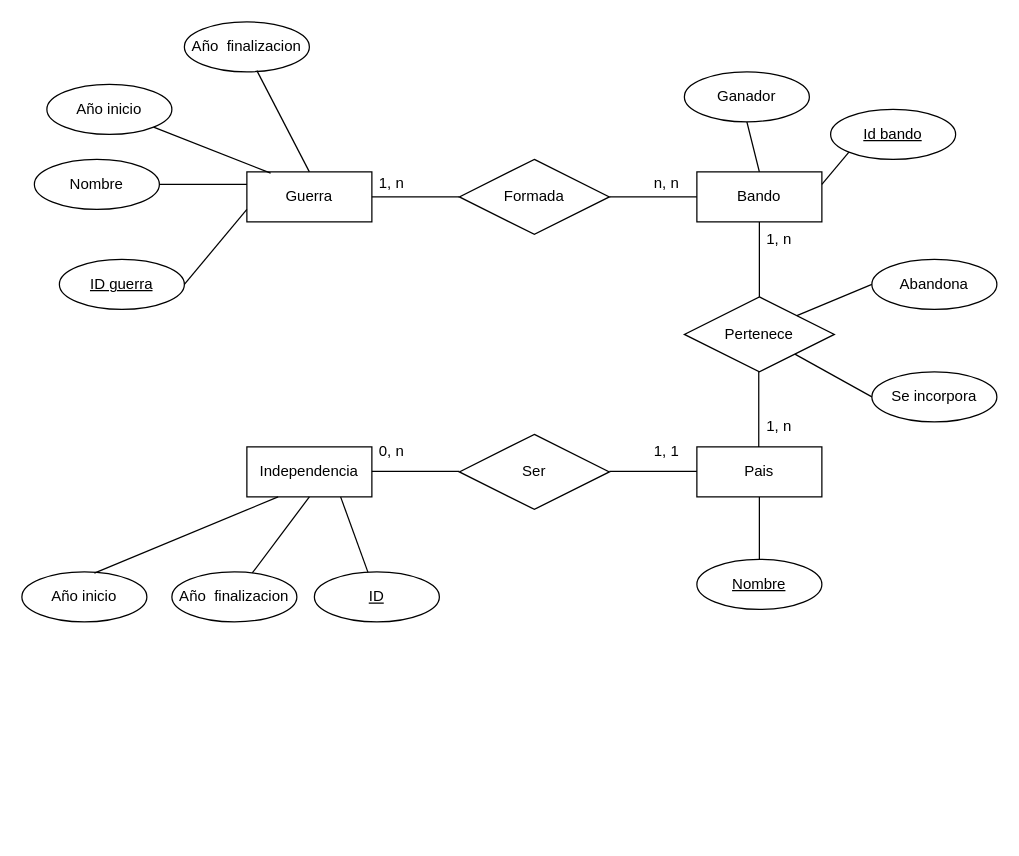
Earlier version of the draw.io diagram Actividad_04_C3_UD12.drawio (jordimall/jmg-tsys-ta12diagramasER-drawio-111023). Source tidied: cells renumbered, new cells numbered last; positions are measured from the earlier drawing's top-left corner, leaving out a move shared by most shapes. Both pictures are drawn from the tidied source at 125%, with x=0, y=0 at pixel (21, 21).
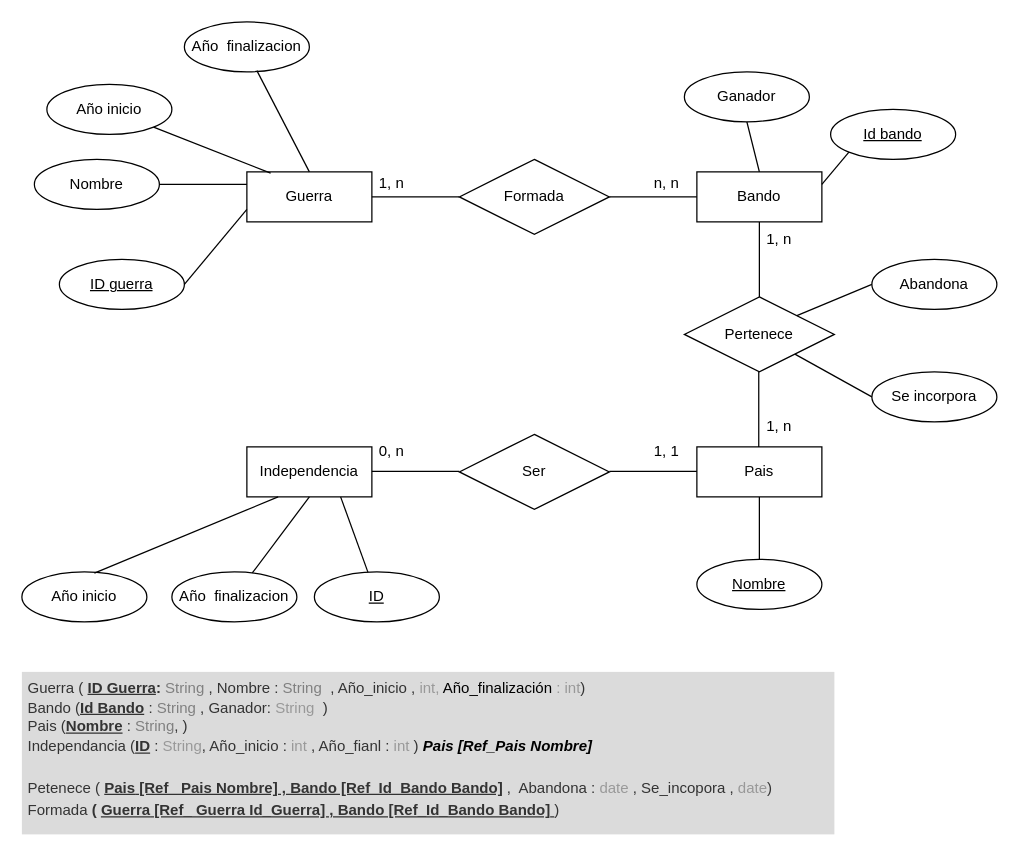
Above is the later version.

Change to the diagram source:
```diff
@@
+    <mxCell id="45" value="&lt;h1 style=&quot;line-height: 150%;&quot;&gt;&lt;div style=&quot;border-color: var(--border-color); font-size: 12px; line-height: 130%;&quot;&gt;&lt;font style=&quot;border-color: var(--border-color);&quot;&gt;&lt;span style=&quot;border-color: var(--border-color);&quot;&gt;&lt;span style=&quot;border-color: var(--border-color); font-weight: 400;&quot;&gt;Guerra&lt;/span&gt;&lt;span style=&quot;border-color: var(--border-color);&quot;&gt;&lt;span style=&quot;font-weight: 400;&quot;&gt; ( &lt;/span&gt;&lt;u style=&quot;&quot;&gt;ID Guerra&lt;/u&gt;&lt;/span&gt;&lt;span style=&quot;border-color: var(--border-color);&quot;&gt;:&lt;/span&gt;&lt;font style=&quot;font-weight: 400; border-color: var(--border-color);&quot; color=&quot;#808080&quot;&gt;&amp;nbsp;String&lt;/font&gt;&lt;span style=&quot;font-weight: 400;&quot;&gt;&amp;nbsp;, Nombre : &lt;font color=&quot;#808080&quot;&gt;String&lt;/font&gt;&lt;/span&gt;&lt;span style=&quot;font-weight: 400;&quot;&gt;&amp;nbsp; , Año_inicio ,&lt;/span&gt;&lt;font style=&quot;font-weight: 400;&quot; color=&quot;#999999&quot;&gt; int, &lt;/font&gt;&lt;font color=&quot;#000000&quot; style=&quot;font-weight: 400;&quot;&gt;Año_finalización&lt;/font&gt;&lt;font style=&quot;font-weight: 400;&quot; color=&quot;#999999&quot;&gt; : int&lt;/font&gt;&lt;span style=&quot;font-weight: 400;&quot;&gt;)&lt;/span&gt;&lt;br&gt;&lt;/span&gt;&lt;/font&gt;&lt;/div&gt;&lt;div style=&quot;border-color: var(--border-color); font-size: 12px; line-height: 130%;&quot;&gt;&lt;font style=&quot;border-color: var(--border-color);&quot;&gt;&lt;span style=&quot;border-color: var(--border-color);&quot;&gt;&lt;span style=&quot;border-color: var(--border-color);&quot;&gt;&lt;span style=&quot;font-weight: 400;&quot;&gt;Bando (&lt;/span&gt;&lt;u&gt;Id Bando&lt;/u&gt;&lt;/span&gt;&lt;span style=&quot;font-weight: 400; border-color: var(--border-color);&quot;&gt;&amp;nbsp;&lt;/span&gt;&lt;span style=&quot;font-weight: 400; border-color: var(--border-color);&quot;&gt;:&amp;nbsp;&lt;/span&gt;&lt;font style=&quot;font-weight: 400; border-color: var(--border-color);&quot; color=&quot;#808080&quot;&gt;String&lt;/font&gt;&lt;span style=&quot;font-weight: 400; border-color: var(--border-color);&quot;&gt;&amp;nbsp;, Ganador: &lt;font color=&quot;#999999&quot;&gt;String&lt;/font&gt;&amp;nbsp; &lt;/span&gt;&lt;span style=&quot;border-color: var(--border-color);&quot;&gt;&lt;span style=&quot;font-weight: 400;&quot;&gt;)&amp;nbsp;&lt;/span&gt;&lt;/span&gt;&lt;/span&gt;&lt;/font&gt;&lt;/div&gt;&lt;div style=&quot;border-color: var(--border-color); font-size: 12px; line-height: 130%;&quot;&gt;&lt;font style=&quot;border-color: var(--border-color);&quot;&gt;&lt;span style=&quot;border-color: var(--border-color);&quot;&gt;&lt;span style=&quot;font-weight: 400;&quot;&gt;Pais (&lt;/span&gt;&lt;u&gt;Nombre&lt;/u&gt;&lt;/span&gt;&lt;span style=&quot;font-weight: 400;&quot;&gt;&amp;nbsp;:&amp;nbsp;&lt;/span&gt;&lt;font style=&quot;font-weight: 400; border-color: var(--border-color);&quot; color=&quot;#808080&quot;&gt;String&lt;/font&gt;&lt;b style=&quot;font-weight: 400; border-color: var(--border-color);&quot;&gt;,&lt;/b&gt;&lt;span style=&quot;font-weight: 400;&quot;&gt;&amp;nbsp;&lt;/span&gt;&lt;span style=&quot;font-weight: 400;&quot;&gt;)&amp;nbsp;&lt;/span&gt;&lt;/font&gt;&lt;/div&gt;&lt;div style=&quot;border-color: var(--border-color); font-size: 12px; line-height: 130%;&quot;&gt;&lt;span style=&quot;background-color: initial; font-weight: 400; border-color: var(--border-color);&quot;&gt;Independancia (&lt;/span&gt;&lt;span style=&quot;background-color: initial; border-color: var(--border-color);&quot;&gt;&lt;u&gt;ID&lt;/u&gt;&lt;/span&gt;&lt;span style=&quot;background-color: initial; font-weight: 400; border-color: var(--border-color);&quot;&gt; :&lt;font color=&quot;#999999&quot;&gt; String&lt;/font&gt;, Año_inicio :&lt;font color=&quot;#999999&quot;&gt; int &lt;/font&gt;, Año_fianl :&lt;font color=&quot;#999999&quot;&gt; int &lt;/font&gt;&lt;/span&gt;&lt;span style=&quot;background-color: initial;&quot;&gt;&lt;span style=&quot;font-weight: 400;&quot;&gt;)&lt;/span&gt;&lt;i style=&quot;&quot;&gt; &lt;font style=&quot;&quot; color=&quot;#000000&quot;&gt;Pais [Ref_Pais Nombre]&amp;nbsp;&lt;/font&gt;&lt;/i&gt;&lt;/span&gt;&lt;br&gt;&lt;/div&gt;&lt;div style=&quot;border-color: var(--border-color); font-size: 12px; line-height: 130%;&quot;&gt;&lt;span style=&quot;background-color: initial; font-weight: 400;&quot;&gt;&lt;br&gt;&lt;/span&gt;&lt;/div&gt;&lt;div style=&quot;border-color: var(--border-color); font-weight: 400; font-size: 12px; line-height: 150%;&quot;&gt;&lt;/div&gt;&lt;i style=&quot;border-color: var(--border-color); font-size: 12px;&quot;&gt;&lt;div style=&quot;border-color: var(--border-color); font-style: normal; line-height: 150%;&quot;&gt;&lt;font style=&quot;border-color: var(--border-color);&quot;&gt;&lt;span style=&quot;border-color: var(--border-color); font-weight: 400;&quot;&gt;Petenece&lt;/span&gt;&lt;b style=&quot;font-weight: 400; border-color: var(--border-color);&quot;&gt;&amp;nbsp;(&lt;/b&gt;&lt;b style=&quot;font-weight: 400; border-color: var(--border-color);&quot;&gt;&amp;nbsp;&lt;/b&gt;&lt;b style=&quot;border-color: var(--border-color);&quot;&gt;&lt;u&gt;Pais&lt;/u&gt;&lt;/b&gt;&lt;/font&gt;&lt;i style=&quot;font-weight: 400; background-color: initial; border-color: var(--border-color);&quot;&gt;&lt;b style=&quot;border-color: var(--border-color); font-style: normal;&quot;&gt;&lt;u&gt;&amp;nbsp;[Ref_ Pais Nombre] , Bando [Ref_Id_Bando Bando]&lt;/u&gt;&lt;/b&gt;&lt;/i&gt;&lt;span style=&quot;font-weight: 400; background-color: initial;&quot;&gt;&amp;nbsp;,&amp;nbsp; Abandona : &lt;font color=&quot;#999999&quot;&gt;date&lt;/font&gt; , Se_incopora , &lt;font color=&quot;#999999&quot;&gt;date&lt;/font&gt;)&lt;/span&gt;&lt;/div&gt;&lt;div style=&quot;border-color: var(--border-color); font-style: normal; line-height: 150%;&quot;&gt;&lt;span style=&quot;font-weight: normal;&quot;&gt;Formada &lt;/span&gt;( &lt;u&gt;Guerra&lt;i style=&quot;background-color: initial; font-weight: normal; border-color: var(--border-color);&quot;&gt;&lt;i style=&quot;border-color: var(--border-color); background-color: initial;&quot;&gt;&lt;b style=&quot;border-color: var(--border-color); font-style: normal;&quot;&gt;&amp;nbsp;[Ref_ Guerra Id_Guerra] , Bando [Ref_Id_Bando Bando]&lt;/b&gt;&lt;/i&gt;&lt;span style=&quot;border-color: var(--border-color); font-style: normal; background-color: initial;&quot;&gt;&amp;nbsp;&lt;/span&gt;&lt;/i&gt;&lt;/u&gt;&lt;span style=&quot;background-color: initial; font-weight: normal;&quot;&gt;)&amp;nbsp;&lt;/span&gt;&lt;/div&gt;&lt;/i&gt;&lt;/h1&gt;" style="text;html=1;strokeColor=none;fillColor=#dbdbdb;spacing=5;spacingTop=-20;whiteSpace=wrap;overflow=hidden;rounded=0;fontColor=#333333;" parent="1" vertex="1">
+      <mxGeometry y="520" width="650" height="130" as="geometry" />
+    </mxCell>
```
